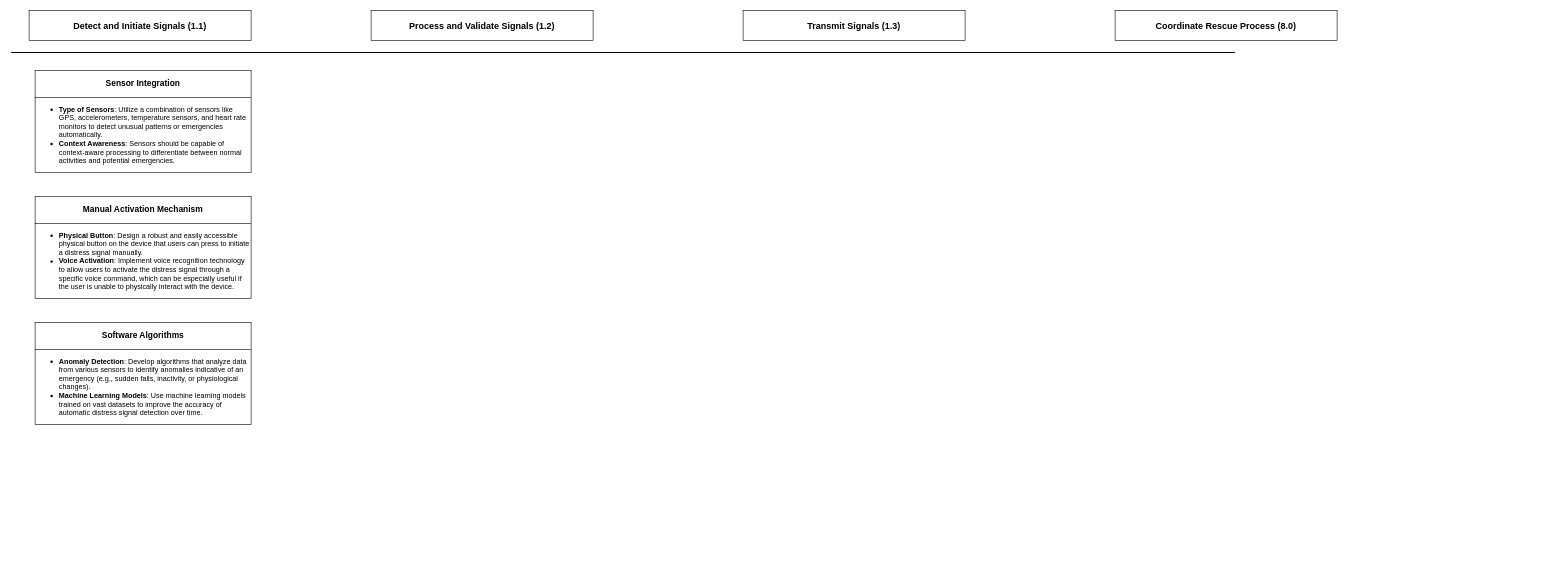
The draw.io diagram DrawIo/TheKeyCausalPath.drawio in OMEN-Watson/CodeExercises, before the edit. Source tidied: cells renumbered, new cells numbered last; positions are measured from the earlier drawing's top-left corner, leaving out a move shared by most shapes. Both pictures are drawn from the tidied source at 60%, with x=0, y=0 at pixel (11, 10).
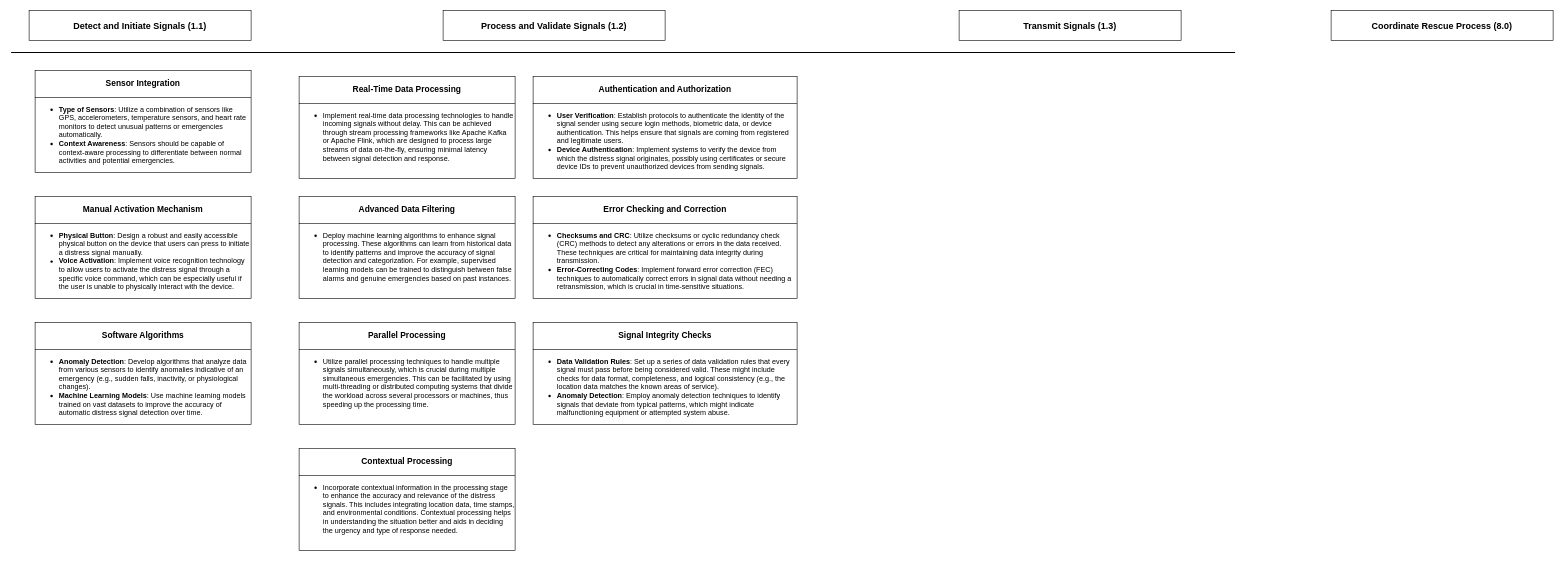
The same page after the edit.

Diff of the diagram source:
```diff
@@
 <mxGraphModel>
   <root>
     <mxCell id="0" />
     <mxCell id="1" parent="0" />
     <mxCell id="2" value="&lt;strong style=&quot;font-size: 15px;&quot;&gt;Detect and Initiate Signals (1.1)&lt;/strong&gt;" style="whiteSpace=wrap;html=1;align=center;fontSize=15;" parent="1" vertex="1">
       <mxGeometry x="30" width="370" height="50" as="geometry" />
     </mxCell>
     <mxCell id="3" style="endArrow=none;html=1;rounded=0;strokeWidth=2;" parent="1" edge="1">
       <mxGeometry relative="1" as="geometry">
         <mxPoint y="70" as="sourcePoint" />
         <mxPoint x="2040" y="70" as="targetPoint" />
       </mxGeometry>
     </mxCell>
     <mxCell id="4" value="&lt;h3 style=&quot;text-align: center;&quot;&gt;Sensor Integration&lt;/h3&gt;&lt;hr size=&quot;1&quot; style=&quot;border-style:solid;&quot;&gt;&lt;ul&gt;&lt;li&gt;&lt;strong&gt;&lt;strong style=&quot;background-color: initial;&quot;&gt;Type of Sensors&lt;/strong&gt;&lt;span style=&quot;background-color: initial; font-weight: normal;&quot;&gt;: Utilize a combination of sensors like GPS, accelerometers, temperature sensors, and heart rate monitors to detect unusual patterns or emergencies automatically.&lt;/span&gt;&lt;br&gt;&lt;/strong&gt;&lt;/li&gt;&lt;li&gt;&lt;strong&gt;Context Awareness&lt;/strong&gt;: Sensors should be capable of context-aware processing to differentiate between normal activities and potential emergencies.&lt;/li&gt;&lt;/ul&gt;" style="verticalAlign=top;align=left;overflow=fill;html=1;whiteSpace=wrap;" parent="1" vertex="1">
       <mxGeometry x="40" y="100" width="360" height="170" as="geometry" />
     </mxCell>
     <mxCell id="5" value="&lt;h3 style=&quot;text-align: center;&quot;&gt;Manual Activation Mechanism&lt;/h3&gt;&lt;hr size=&quot;1&quot; style=&quot;border-style:solid;&quot;&gt;&lt;ul&gt;&lt;li&gt;&lt;strong&gt;Physical Button&lt;/strong&gt;: Design a robust and easily accessible physical button on the device that users can press to initiate a distress signal manually.&lt;/li&gt;&lt;li&gt;&lt;strong&gt;Voice Activation&lt;/strong&gt;: Implement voice recognition technology to allow users to activate the distress signal through a specific voice command, which can be especially useful if the user is unable to physically interact with the device.&lt;/li&gt;&lt;/ul&gt;" style="verticalAlign=top;align=left;overflow=fill;html=1;whiteSpace=wrap;" parent="1" vertex="1">
       <mxGeometry x="40" y="310" width="360" height="170" as="geometry" />
     </mxCell>
     <mxCell id="6" value="&lt;h3 style=&quot;text-align: center;&quot;&gt;Software Algorithms&lt;/h3&gt;&lt;hr size=&quot;1&quot; style=&quot;border-style:solid;&quot;&gt;&lt;ul&gt;&lt;li&gt;&lt;strong&gt;Anomaly Detection&lt;/strong&gt;: Develop algorithms that analyze data from various sensors to identify anomalies indicative of an emergency (e.g., sudden falls, inactivity, or physiological changes).&lt;/li&gt;&lt;li&gt;&lt;strong&gt;Machine Learning Models&lt;/strong&gt;: Use machine learning models trained on vast datasets to improve the accuracy of automatic distress signal detection over time.&lt;/li&gt;&lt;/ul&gt;" style="verticalAlign=top;align=left;overflow=fill;html=1;whiteSpace=wrap;" parent="1" vertex="1">
       <mxGeometry x="40" y="520" width="360" height="170" as="geometry" />
     </mxCell>
     <mxCell id="7" value="&lt;strong style=&quot;font-size: 15px;&quot;&gt;Process and Validate Signals (1.2)&lt;/strong&gt;" style="whiteSpace=wrap;html=1;align=center;fontSize=15;" parent="1" vertex="1">
-      <mxGeometry x="600" width="370" height="50" as="geometry" />
+      <mxGeometry x="720" width="370" height="50" as="geometry" />
     </mxCell>
     <mxCell id="8" value="&lt;strong style=&quot;font-size: 15px;&quot;&gt;Transmit Signals (1.3)&lt;/strong&gt;" style="whiteSpace=wrap;html=1;align=center;fontSize=15;" parent="1" vertex="1">
-      <mxGeometry x="1220" width="370" height="50" as="geometry" />
+      <mxGeometry x="1580" width="370" height="50" as="geometry" />
     </mxCell>
     <mxCell id="9" value="&lt;strong style=&quot;font-size: 15px;&quot;&gt;Coordinate Rescue Process (8.0)&lt;/strong&gt;" style="whiteSpace=wrap;html=1;align=center;fontSize=15;" parent="1" vertex="1">
-      <mxGeometry x="1840" width="370" height="50" as="geometry" />
+      <mxGeometry x="2200" width="370" height="50" as="geometry" />
     </mxCell>
+    <mxCell id="10" value="&lt;h3 style=&quot;text-align: center;&quot;&gt;&lt;strong&gt;Real-Time Data Processing&lt;/strong&gt;&lt;/h3&gt;&lt;hr size=&quot;1&quot; style=&quot;border-style:solid;&quot;&gt;&lt;ul&gt;&lt;li&gt;Implement real-time data processing technologies to handle incoming signals without delay. This can be achieved through stream processing frameworks like Apache Kafka or Apache Flink, which are designed to process large streams of data on-the-fly, ensuring minimal latency between signal detection and response.&lt;br&gt;&lt;/li&gt;&lt;/ul&gt;" style="verticalAlign=top;align=left;overflow=fill;html=1;whiteSpace=wrap;" parent="1" vertex="1">
+      <mxGeometry x="480" y="110" width="360" height="170" as="geometry" />
+    </mxCell>
+    <mxCell id="11" value="&lt;h3 style=&quot;text-align: center;&quot;&gt;&lt;strong&gt;Advanced Data Filtering&lt;/strong&gt;&lt;/h3&gt;&lt;hr size=&quot;1&quot; style=&quot;border-style:solid;&quot;&gt;&lt;ul&gt;&lt;li&gt;Deploy machine learning algorithms to enhance signal processing. These algorithms can learn from historical data to identify patterns and improve the accuracy of signal detection and categorization. For example, supervised learning models can be trained to distinguish between false alarms and genuine emergencies based on past instances.&lt;br&gt;&lt;/li&gt;&lt;/ul&gt;" style="verticalAlign=top;align=left;overflow=fill;html=1;whiteSpace=wrap;" parent="1" vertex="1">
+      <mxGeometry x="480" y="310" width="360" height="170" as="geometry" />
+    </mxCell>
+    <mxCell id="12" value="&lt;h3 style=&quot;text-align: center;&quot;&gt;&lt;strong&gt;Parallel Processing&lt;/strong&gt;&lt;/h3&gt;&lt;hr size=&quot;1&quot; style=&quot;border-style:solid;&quot;&gt;&lt;ul&gt;&lt;li&gt;Utilize parallel processing techniques to handle multiple signals simultaneously, which is crucial during multiple simultaneous emergencies. This can be facilitated by using multi-threading or distributed computing systems that divide the workload across several processors or machines, thus speeding up the processing time.&lt;br&gt;&lt;/li&gt;&lt;/ul&gt;" style="verticalAlign=top;align=left;overflow=fill;html=1;whiteSpace=wrap;" parent="1" vertex="1">
+      <mxGeometry x="480" y="520" width="360" height="170" as="geometry" />
+    </mxCell>
+    <mxCell id="13" value="&lt;h3 style=&quot;text-align: center;&quot;&gt;&lt;strong&gt;Contextual Processing&lt;/strong&gt;&lt;/h3&gt;&lt;hr size=&quot;1&quot; style=&quot;border-style:solid;&quot;&gt;&lt;ul&gt;&lt;li&gt;Incorporate contextual information in the processing stage to enhance the accuracy and relevance of the distress signals. This includes integrating location data, time stamps, and environmental conditions. Contextual processing helps in understanding the situation better and aids in deciding the urgency and type of response needed.&lt;br&gt;&lt;/li&gt;&lt;/ul&gt;" style="verticalAlign=top;align=left;overflow=fill;html=1;whiteSpace=wrap;" parent="1" vertex="1">
+      <mxGeometry x="480" y="730" width="360" height="170" as="geometry" />
+    </mxCell>
+    <mxCell id="14" value="&lt;h3 style=&quot;text-align: center;&quot;&gt;&lt;strong&gt;Authentication and Authorization&lt;/strong&gt;&lt;/h3&gt;&lt;hr size=&quot;1&quot; style=&quot;border-style:solid;&quot;&gt;&lt;ul&gt;&lt;li&gt;&lt;strong&gt;User Verification&lt;/strong&gt;: Establish protocols to authenticate the identity of the signal sender using secure login methods, biometric data, or device authentication. This helps ensure that signals are coming from registered and legitimate users.&lt;/li&gt;&lt;li&gt;&lt;strong&gt;Device Authentication&lt;/strong&gt;: Implement systems to verify the device from which the distress signal originates, possibly using certificates or secure device IDs to prevent unauthorized devices from sending signals.&lt;/li&gt;&lt;/ul&gt;" style="verticalAlign=top;align=left;overflow=fill;html=1;whiteSpace=wrap;" parent="1" vertex="1">
+      <mxGeometry x="870" y="110" width="440" height="170" as="geometry" />
+    </mxCell>
+    <mxCell id="15" value="&lt;h3 style=&quot;text-align: center;&quot;&gt;&lt;strong&gt;Error Checking and Correction&lt;/strong&gt;&lt;/h3&gt;&lt;hr size=&quot;1&quot; style=&quot;border-style:solid;&quot;&gt;&lt;ul&gt;&lt;li&gt;&lt;strong&gt;Checksums and CRC&lt;/strong&gt;: Utilize checksums or cyclic redundancy check (CRC) methods to detect any alterations or errors in the data received. These techniques are critical for maintaining data integrity during transmission.&lt;/li&gt;&lt;li&gt;&lt;strong&gt;Error-Correcting Codes&lt;/strong&gt;: Implement forward error correction (FEC) techniques to automatically correct errors in signal data without needing a retransmission, which is crucial in time-sensitive situations.&lt;/li&gt;&lt;/ul&gt;" style="verticalAlign=top;align=left;overflow=fill;html=1;whiteSpace=wrap;" parent="1" vertex="1">
+      <mxGeometry x="870" y="310" width="440" height="170" as="geometry" />
+    </mxCell>
+    <mxCell id="16" value="&lt;h3 style=&quot;text-align: center;&quot;&gt;&lt;strong&gt;Signal Integrity Checks&lt;/strong&gt;&lt;/h3&gt;&lt;hr size=&quot;1&quot; style=&quot;border-style:solid;&quot;&gt;&lt;ul&gt;&lt;li&gt;&lt;strong&gt;Data Validation Rules&lt;/strong&gt;: Set up a series of data validation rules that every signal must pass before being considered valid. These might include checks for data format, completeness, and logical consistency (e.g., the location data matches the known areas of service).&lt;/li&gt;&lt;li&gt;&lt;strong&gt;Anomaly Detection&lt;/strong&gt;: Employ anomaly detection techniques to identify signals that deviate from typical patterns, which might indicate malfunctioning equipment or attempted system abuse.&lt;/li&gt;&lt;/ul&gt;" style="verticalAlign=top;align=left;overflow=fill;html=1;whiteSpace=wrap;" parent="1" vertex="1">
+      <mxGeometry x="870" y="520" width="440" height="170" as="geometry" />
+    </mxCell>
   </root>
 </mxGraphModel>
```
